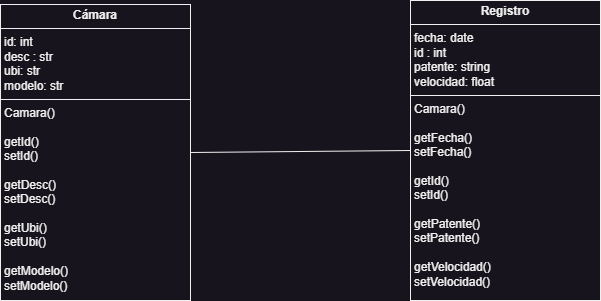
Earlier version of the draw.io export Diagramas/Diagrama de clase/Diagrama de Clases.png (zEzequR/izo-isw1-tpds). Source tidied: cells renumbered, new cells last; positions are measured from the earlier drawing's top-left corner, leaving out a move shared by most shapes.
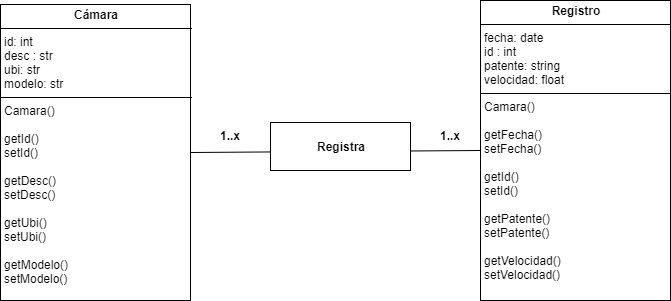
After the commit.

Change to the diagram source:
```diff
@@ -3,13 +3,22 @@
     <mxCell id="0" />
     <mxCell id="1" parent="0" />
     <mxCell id="2" value="&lt;p style=&quot;margin:0px;margin-top:4px;text-align:center;&quot;&gt;&lt;b&gt;Registro&lt;/b&gt;&lt;/p&gt;&lt;hr size=&quot;1&quot; style=&quot;border-style:solid;&quot;&gt;&lt;p style=&quot;margin:0px;margin-left:4px;&quot;&gt;fecha: date&lt;/p&gt;&lt;p style=&quot;margin:0px;margin-left:4px;&quot;&gt;id : int&lt;/p&gt;&lt;p style=&quot;margin:0px;margin-left:4px;&quot;&gt;patente: string&lt;/p&gt;&lt;p style=&quot;margin:0px;margin-left:4px;&quot;&gt;velocidad: float&lt;/p&gt;&lt;hr size=&quot;1&quot; style=&quot;border-style:solid;&quot;&gt;&lt;p style=&quot;margin:0px;margin-left:4px;&quot;&gt;Camara()&lt;/p&gt;&lt;p style=&quot;margin:0px;margin-left:4px;&quot;&gt;&lt;br&gt;&lt;/p&gt;&lt;p style=&quot;margin:0px;margin-left:4px;&quot;&gt;getFecha()&lt;/p&gt;&lt;p style=&quot;margin:0px;margin-left:4px;&quot;&gt;setFecha()&lt;/p&gt;&lt;p style=&quot;margin:0px;margin-left:4px;&quot;&gt;&lt;br&gt;&lt;/p&gt;&lt;p style=&quot;margin: 0px 0px 0px 4px;&quot;&gt;getId()&lt;/p&gt;&lt;p style=&quot;margin: 0px 0px 0px 4px;&quot;&gt;setId()&lt;/p&gt;&lt;p style=&quot;margin: 0px 0px 0px 4px;&quot;&gt;&lt;br&gt;&lt;/p&gt;&lt;p style=&quot;margin: 0px 0px 0px 4px;&quot;&gt;getPatente()&lt;/p&gt;&lt;p style=&quot;margin: 0px 0px 0px 4px;&quot;&gt;setPatente()&lt;/p&gt;&lt;p style=&quot;margin: 0px 0px 0px 4px;&quot;&gt;&lt;br&gt;&lt;/p&gt;&lt;p style=&quot;margin: 0px 0px 0px 4px;&quot;&gt;getVelocidad()&lt;/p&gt;&lt;p style=&quot;margin: 0px 0px 0px 4px;&quot;&gt;setVelocidad()&lt;/p&gt;" style="verticalAlign=top;align=left;overflow=fill;html=1;whiteSpace=wrap;" parent="1" vertex="1">
-      <mxGeometry x="410" width="190" height="300" as="geometry" />
+      <mxGeometry x="436" width="190" height="300" as="geometry" />
     </mxCell>
     <mxCell id="3" value="&lt;p style=&quot;margin:0px;margin-top:4px;text-align:center;&quot;&gt;&lt;b&gt;Cámara&lt;/b&gt;&lt;/p&gt;&lt;hr size=&quot;1&quot; style=&quot;border-style:solid;&quot;&gt;&lt;p style=&quot;margin:0px;margin-left:4px;&quot;&gt;id: int&lt;/p&gt;&lt;p style=&quot;margin:0px;margin-left:4px;&quot;&gt;desc : str&lt;/p&gt;&lt;p style=&quot;margin:0px;margin-left:4px;&quot;&gt;ubi: str&lt;/p&gt;&lt;p style=&quot;margin:0px;margin-left:4px;&quot;&gt;modelo: str&lt;/p&gt;&lt;hr size=&quot;1&quot; style=&quot;border-style:solid;&quot;&gt;&lt;p style=&quot;margin:0px;margin-left:4px;&quot;&gt;Camara()&lt;/p&gt;&lt;p style=&quot;margin:0px;margin-left:4px;&quot;&gt;&lt;br&gt;&lt;/p&gt;&lt;p style=&quot;margin:0px;margin-left:4px;&quot;&gt;&lt;span style=&quot;background-color: initial;&quot;&gt;getId()&lt;/span&gt;&lt;br&gt;&lt;/p&gt;&lt;p style=&quot;margin: 0px 0px 0px 4px;&quot;&gt;setId()&lt;/p&gt;&lt;p style=&quot;margin: 0px 0px 0px 4px;&quot;&gt;&lt;br&gt;&lt;/p&gt;&lt;p style=&quot;margin: 0px 0px 0px 4px;&quot;&gt;getDesc()&lt;/p&gt;&lt;p style=&quot;margin: 0px 0px 0px 4px;&quot;&gt;setDesc()&lt;/p&gt;&lt;p style=&quot;margin: 0px 0px 0px 4px;&quot;&gt;&lt;br&gt;&lt;/p&gt;&lt;p style=&quot;margin: 0px 0px 0px 4px;&quot;&gt;getUbi()&lt;/p&gt;&lt;p style=&quot;margin: 0px 0px 0px 4px;&quot;&gt;setUbi()&lt;/p&gt;&lt;p style=&quot;margin: 0px 0px 0px 4px;&quot;&gt;&lt;br&gt;&lt;/p&gt;&lt;p style=&quot;margin: 0px 0px 0px 4px;&quot;&gt;getModelo()&lt;/p&gt;&lt;p style=&quot;margin: 0px 0px 0px 4px;&quot;&gt;setModelo()&lt;/p&gt;" style="verticalAlign=top;align=left;overflow=fill;html=1;whiteSpace=wrap;" parent="1" vertex="1">
-      <mxGeometry y="4" width="190" height="296" as="geometry" />
+      <mxGeometry x="-44" y="4" width="190" height="296" as="geometry" />
     </mxCell>
     <mxCell id="4" style="endArrow=none;html=1;rounded=0;entryX=0;entryY=0.5;entryDx=0;entryDy=0;exitX=1;exitY=0.5;exitDx=0;exitDy=0;" parent="1" edge="1" source="3" target="2">
       <mxGeometry relative="1" as="geometry" />
     </mxCell>
+    <mxCell id="5" value="&lt;p style=&quot;margin: 0px ; margin-top: 4px ; text-align: center&quot;&gt;&lt;br&gt;&lt;b&gt;Registra&lt;/b&gt;&lt;/p&gt;" style="verticalAlign=top;align=left;overflow=fill;fontSize=12;fontFamily=Helvetica;html=1;" parent="1" vertex="1">
+      <mxGeometry x="226" y="122" width="140" height="48" as="geometry" />
+    </mxCell>
+    <mxCell id="6" value="1..x" style="text;align=center;fontStyle=1;verticalAlign=middle;spacingLeft=3;spacingRight=3;strokeColor=none;" parent="1" vertex="1">
+      <mxGeometry x="146" y="122" width="80" height="26" as="geometry" />
+    </mxCell>
+    <mxCell id="7" value="1..x" style="text;align=center;fontStyle=1;verticalAlign=middle;spacingLeft=3;spacingRight=3;strokeColor=none;" parent="1" vertex="1">
+      <mxGeometry x="366" y="122" width="80" height="26" as="geometry" />
+    </mxCell>
   </root>
 </mxGraphModel>
```
